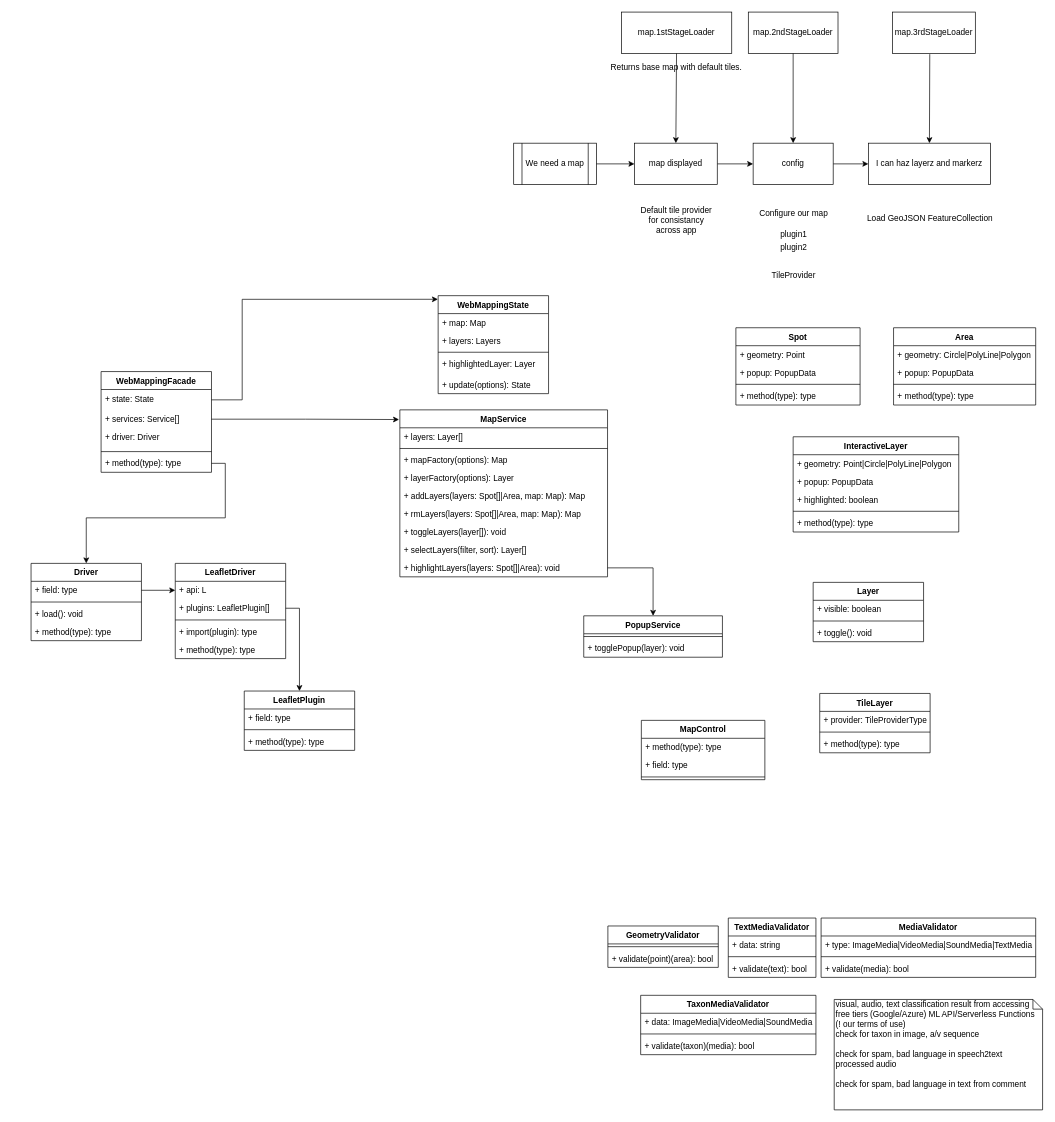
The draw.io diagram docs/devs/gnc_map.drawio in citizen-lambda/citizen-lambda, before the edit. Source tidied: cells renumbered, new cells numbered last; positions are measured from the earlier drawing's top-left corner, leaving out a move shared by most shapes. Both pictures are drawn from the tidied source at 69%, with x=0, y=0 at pixel (30, 12).
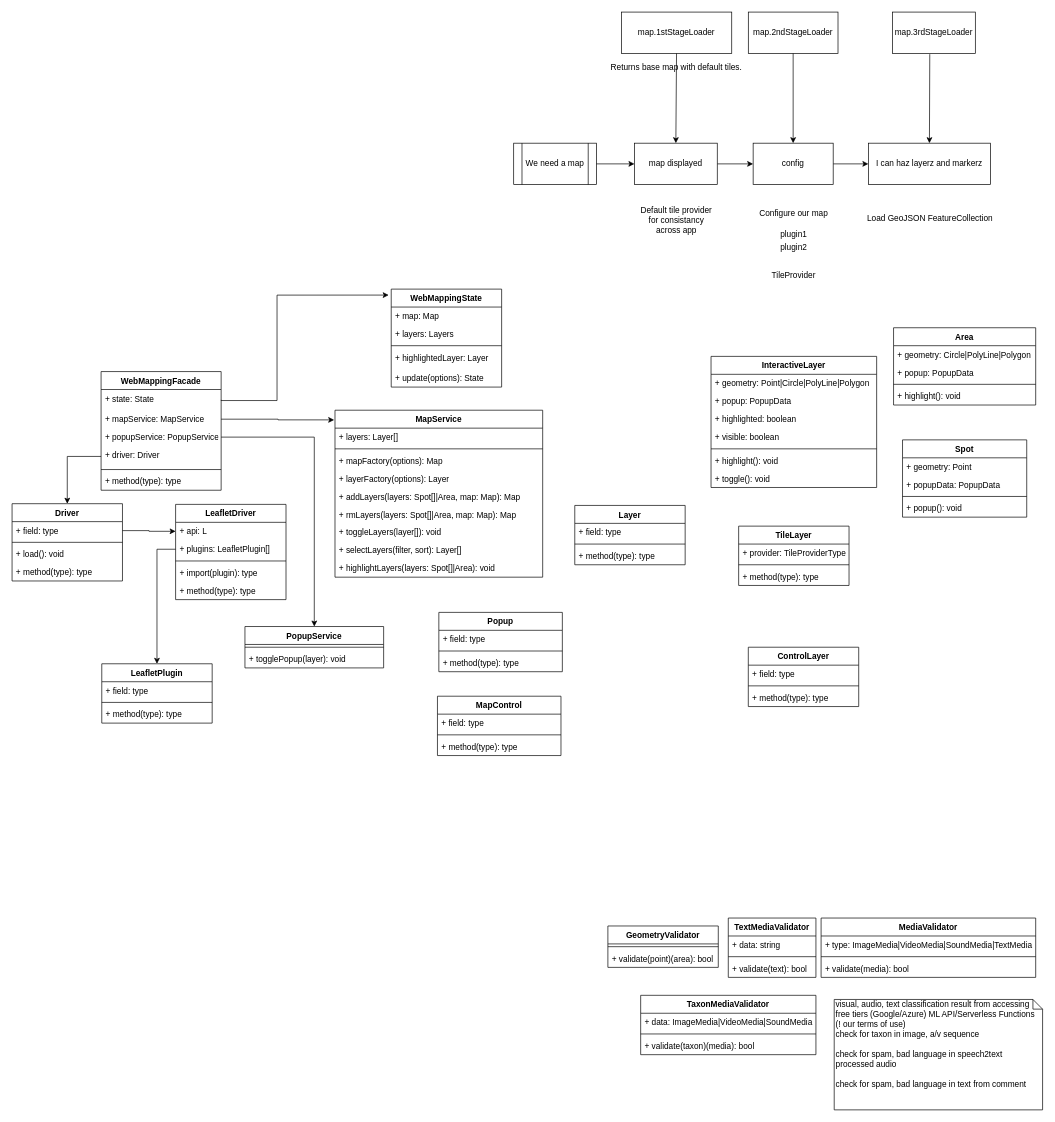
After the change.

The change refers to these unchanged cells:
```xml
<mxCell id="51" value="+ highlightLayers(layers: Spot[]|Area): void" style="text;strokeColor=none;fillColor=none;align=left;verticalAlign=top;spacingLeft=4;spacingRight=4;overflow=hidden;points=[[0,0.5],[1,0.5]];portConstraint=eastwest;" parent="42" vertex="1">
  <mxGeometry y="216" width="301" height="26" as="geometry" />
</mxCell>
<mxCell id="55" value="Area" style="swimlane;fontStyle=1;align=center;verticalAlign=top;horizontal=1;startSize=26;" parent="1" vertex="1">
  <mxGeometry x="1250.5" y="457.5" width="206" height="112" as="geometry" />
</mxCell>
<mxCell id="67" value="+ plugins: LeafletPlugin[]" style="text;strokeColor=none;fillColor=none;align=left;verticalAlign=top;spacingLeft=4;spacingRight=4;overflow=hidden;points=[[0,0.5],[1,0.5]];portConstraint=eastwest;" parent="65" vertex="1">
  <mxGeometry y="52" width="160" height="26" as="geometry" />
</mxCell>
```

Diff of the diagram source:
```diff
@@
     <mxCell id="35" style="group;" parent="1" vertex="1">
-      <mxGeometry x="102" y="509" width="160" height="116" as="geometry" />
+      <mxGeometry x="102" y="509" width="174" height="184" as="geometry" />
     </mxCell>
     <mxCell id="36" value="WebMappingFacade" style="swimlane;fontStyle=1;align=center;verticalAlign=top;horizontal=1;startSize=26;" parent="35" vertex="1">
-      <mxGeometry y="12" width="160" height="146" as="geometry" />
+      <mxGeometry y="12" width="174" height="172" as="geometry" />
     </mxCell>
     <mxCell id="37" value="+ state: State&#10;" style="text;strokeColor=none;fillColor=none;align=left;verticalAlign=top;spacingLeft=4;spacingRight=4;overflow=hidden;points=[[0,0.5],[1,0.5]];portConstraint=eastwest;" parent="36" vertex="1">
-      <mxGeometry y="26" width="160" height="30" as="geometry" />
+      <mxGeometry y="26" width="174" height="30" as="geometry" />
     </mxCell>
-    <mxCell id="38" value="+ services: Service[]&#10;" style="text;strokeColor=none;fillColor=none;align=left;verticalAlign=top;spacingLeft=4;spacingRight=4;overflow=hidden;points=[[0,0.5],[1,0.5]];portConstraint=eastwest;" parent="36" vertex="1">
-      <mxGeometry y="56" width="160" height="26" as="geometry" />
+    <mxCell id="38" value="+ mapService: MapService&#10;" style="text;strokeColor=none;fillColor=none;align=left;verticalAlign=top;spacingLeft=4;spacingRight=4;overflow=hidden;points=[[0,0.5],[1,0.5]];portConstraint=eastwest;" parent="36" vertex="1">
+      <mxGeometry y="56" width="174" height="26" as="geometry" />
     </mxCell>
+    <mxCell id="126" value="+ popupService: PopupService&#10;" style="text;strokeColor=none;fillColor=none;align=left;verticalAlign=top;spacingLeft=4;spacingRight=4;overflow=hidden;points=[[0,0.5],[1,0.5]];portConstraint=eastwest;" parent="36" vertex="1">
+      <mxGeometry y="82" width="174" height="26" as="geometry" />
+    </mxCell>
     <mxCell id="39" value="+ driver: Driver&#10;" style="text;strokeColor=none;fillColor=none;align=left;verticalAlign=top;spacingLeft=4;spacingRight=4;overflow=hidden;points=[[0,0.5],[1,0.5]];portConstraint=eastwest;" parent="36" vertex="1">
-      <mxGeometry y="82" width="160" height="30" as="geometry" />
+      <mxGeometry y="108" width="174" height="30" as="geometry" />
     </mxCell>
     <mxCell id="40" style="line;strokeWidth=1;fillColor=none;align=left;verticalAlign=middle;spacingTop=-1;spacingLeft=3;spacingRight=3;labelPosition=right;" parent="36" vertex="1">
-      <mxGeometry y="112" width="160" height="8" as="geometry" />
+      <mxGeometry y="138" width="174" height="8" as="geometry" />
     </mxCell>
     <mxCell id="41" value="+ method(type): type" style="text;strokeColor=none;fillColor=none;align=left;verticalAlign=top;spacingLeft=4;spacingRight=4;overflow=hidden;points=[[0,0.5],[1,0.5]];portConstraint=eastwest;" parent="36" vertex="1">
-      <mxGeometry y="120" width="160" height="26" as="geometry" />
+      <mxGeometry y="146" width="174" height="26" as="geometry" />
     </mxCell>
     <mxCell id="42" value="MapService" style="swimlane;fontStyle=1;align=center;verticalAlign=top;horizontal=1;startSize=26;" parent="1" vertex="1">
-      <mxGeometry x="535" y="576.5" width="301" height="242" as="geometry" />
+      <mxGeometry x="441" y="577" width="301" height="242" as="geometry" />
     </mxCell>
@@
     <mxCell id="52" value="PopupService" style="swimlane;fontStyle=1;align=center;verticalAlign=top;horizontal=1;startSize=26;" parent="1" vertex="1">
-      <mxGeometry x="801.5" y="875" width="201" height="60" as="geometry" />
+      <mxGeometry x="310.5" y="890.5" width="201" height="60" as="geometry" />
     </mxCell>
@@
-    <mxCell id="59" value="+ method(type): type" style="text;strokeColor=none;fillColor=none;align=left;verticalAlign=top;spacingLeft=4;spacingRight=4;overflow=hidden;" parent="55" vertex="1">
+    <mxCell id="59" value="+ highlight(): void" style="text;strokeColor=none;fillColor=none;align=left;verticalAlign=top;spacingLeft=4;spacingRight=4;overflow=hidden;" parent="55" vertex="1">
       <mxGeometry y="86" width="206" height="26" as="geometry" />
     </mxCell>
     <mxCell id="60" value="Driver" style="swimlane;fontStyle=1;align=center;verticalAlign=top;horizontal=1;startSize=26;" parent="1" vertex="1">
-      <mxGeometry x="0.5" y="799" width="160" height="112" as="geometry" />
+      <mxGeometry x="-27" y="712.5" width="160" height="112" as="geometry" />
     </mxCell>
@@
     <mxCell id="65" value="LeafletDriver" style="swimlane;fontStyle=1;align=center;verticalAlign=top;horizontal=1;startSize=26;" parent="1" vertex="1">
-      <mxGeometry x="209.5" y="799" width="160" height="138" as="geometry" />
+      <mxGeometry x="210" y="713.5" width="160" height="138" as="geometry" />
     </mxCell>
@@
     <mxCell id="71" value="MapControl" style="swimlane;fontStyle=1;align=center;verticalAlign=top;horizontal=1;startSize=26;" parent="1" vertex="1">
-      <mxGeometry x="885" y="1026.5" width="179" height="86" as="geometry" />
+      <mxGeometry x="589.5" y="991.5" width="179" height="86" as="geometry" />
     </mxCell>
+    <mxCell id="127" value="+ field: type " style="text;strokeColor=none;fillColor=none;align=left;verticalAlign=top;spacingLeft=4;spacingRight=4;overflow=hidden;" parent="71" vertex="1">
+      <mxGeometry y="26" width="179" height="26" as="geometry" />
+    </mxCell>
+    <mxCell id="74" style="line;strokeWidth=1;fillColor=none;align=left;verticalAlign=middle;spacingTop=-1;spacingLeft=3;spacingRight=3;labelPosition=right;" parent="71" vertex="1">
+      <mxGeometry y="52" width="179" height="8" as="geometry" />
+    </mxCell>
     <mxCell id="72" value="+ method(type): type" style="text;strokeColor=none;fillColor=none;align=left;verticalAlign=top;spacingLeft=4;spacingRight=4;overflow=hidden;" parent="71" vertex="1">
-      <mxGeometry y="26" width="179" height="26" as="geometry" />
+      <mxGeometry y="60" width="179" height="26" as="geometry" />
     </mxCell>
-    <mxCell id="73" value="+ field: type " style="text;strokeColor=none;fillColor=none;align=left;verticalAlign=top;spacingLeft=4;spacingRight=4;overflow=hidden;" parent="71" vertex="1">
-      <mxGeometry y="52" width="179" height="26" as="geometry" />
-    </mxCell>
-    <mxCell id="74" style="line;strokeWidth=1;fillColor=none;align=left;verticalAlign=middle;spacingTop=-1;spacingLeft=3;spacingRight=3;labelPosition=right;" parent="71" vertex="1">
-      <mxGeometry y="78" width="179" height="8" as="geometry" />
-    </mxCell>
     <mxCell id="75" value="LeafletPlugin" style="swimlane;fontStyle=1;align=center;verticalAlign=top;horizontal=1;startSize=26;" parent="1" vertex="1">
-      <mxGeometry x="309.5" y="984" width="160" height="86" as="geometry" />
+      <mxGeometry x="103" y="944.5" width="160" height="86" as="geometry" />
     </mxCell>
@@
     <mxCell id="95" value="Spot" style="swimlane;fontStyle=1;align=center;verticalAlign=top;horizontal=1;startSize=26;" parent="1" vertex="1">
-      <mxGeometry x="1022" y="457.5" width="180" height="112" as="geometry" />
+      <mxGeometry x="1263.5" y="620" width="180" height="112" as="geometry" />
     </mxCell>
@@
-    <mxCell id="97" value="+ popup: PopupData" style="text;strokeColor=none;fillColor=none;align=left;verticalAlign=top;spacingLeft=4;spacingRight=4;overflow=hidden;" parent="95" vertex="1">
+    <mxCell id="97" value="+ popupData: PopupData" style="text;strokeColor=none;fillColor=none;align=left;verticalAlign=top;spacingLeft=4;spacingRight=4;overflow=hidden;" parent="95" vertex="1">
       <mxGeometry y="52" width="180" height="26" as="geometry" />
     </mxCell>
@@
-    <mxCell id="99" value="+ method(type): type" style="text;strokeColor=none;fillColor=none;align=left;verticalAlign=top;spacingLeft=4;spacingRight=4;overflow=hidden;" parent="95" vertex="1">
+    <mxCell id="99" value="+ popup(): void" style="text;strokeColor=none;fillColor=none;align=left;verticalAlign=top;spacingLeft=4;spacingRight=4;overflow=hidden;" parent="95" vertex="1">
       <mxGeometry y="86" width="180" height="26" as="geometry" />
     </mxCell>
     <mxCell id="100" value="InteractiveLayer" style="swimlane;fontStyle=1;align=center;verticalAlign=top;horizontal=1;startSize=26;" parent="1" vertex="1">
-      <mxGeometry x="1105" y="615.5" width="240" height="138" as="geometry" />
+      <mxGeometry x="986" y="499" width="240" height="190" as="geometry" />
     </mxCell>
@@
+    <mxCell id="128" value="+ highlighted: boolean" style="text;strokeColor=none;fillColor=none;align=left;verticalAlign=top;spacingLeft=4;spacingRight=4;overflow=hidden;" parent="100" vertex="1">
+      <mxGeometry y="78" width="240" height="26" as="geometry" />
+    </mxCell>
-    <mxCell id="103" value="+ highlighted: boolean" style="text;strokeColor=none;fillColor=none;align=left;verticalAlign=top;spacingLeft=4;spacingRight=4;overflow=hidden;" parent="100" vertex="1">
-      <mxGeometry y="78" width="240" height="26" as="geometry" />
+    <mxCell id="103" value="+ visible: boolean" style="text;strokeColor=none;fillColor=none;align=left;verticalAlign=top;spacingLeft=4;spacingRight=4;overflow=hidden;" parent="100" vertex="1">
+      <mxGeometry y="104" width="240" height="26" as="geometry" />
     </mxCell>
     <mxCell id="104" style="line;strokeWidth=1;fillColor=none;align=left;verticalAlign=middle;spacingTop=-1;spacingLeft=3;spacingRight=3;labelPosition=right;" parent="100" vertex="1">
-      <mxGeometry y="104" width="240" height="8" as="geometry" />
+      <mxGeometry y="130" width="240" height="8" as="geometry" />
     </mxCell>
+    <mxCell id="129" value="+ highlight(): void" style="text;strokeColor=none;fillColor=none;align=left;verticalAlign=top;spacingLeft=4;spacingRight=4;overflow=hidden;" parent="100" vertex="1">
+      <mxGeometry y="138" width="240" height="26" as="geometry" />
+    </mxCell>
-    <mxCell id="105" value="+ method(type): type" style="text;strokeColor=none;fillColor=none;align=left;verticalAlign=top;spacingLeft=4;spacingRight=4;overflow=hidden;" parent="100" vertex="1">
-      <mxGeometry y="112" width="240" height="26" as="geometry" />
+    <mxCell id="105" value="+ toggle(): void" style="text;strokeColor=none;fillColor=none;align=left;verticalAlign=top;spacingLeft=4;spacingRight=4;overflow=hidden;" parent="100" vertex="1">
+      <mxGeometry y="164" width="240" height="26" as="geometry" />
     </mxCell>
     <mxCell id="106" value="Layer" style="swimlane;fontStyle=1;align=center;verticalAlign=top;horizontal=1;startSize=26;" parent="1" vertex="1">
-      <mxGeometry x="1134" y="826.5" width="160" height="86" as="geometry" />
+      <mxGeometry x="788.5" y="715" width="160" height="86" as="geometry" />
     </mxCell>
-    <mxCell id="107" value="+ visible: boolean" style="text;strokeColor=none;fillColor=none;align=left;verticalAlign=top;spacingLeft=4;spacingRight=4;overflow=hidden;" parent="106" vertex="1">
-      <mxGeometry y="26" width="160" height="26" as="geometry" />
-    </mxCell>
+    <mxCell id="130" value="+ field: type " style="text;strokeColor=none;fillColor=none;align=left;verticalAlign=top;spacingLeft=4;spacingRight=4;overflow=hidden;" parent="106" vertex="1">
+      <mxGeometry y="26" width="160" height="26" as="geometry" />
+    </mxCell>
@@
-    <mxCell id="109" value="+ toggle(): void" style="text;strokeColor=none;fillColor=none;align=left;verticalAlign=top;spacingLeft=4;spacingRight=4;overflow=hidden;" parent="106" vertex="1">
-      <mxGeometry y="60" width="160" height="26" as="geometry" />
-    </mxCell>
+    <mxCell id="131" value="+ method(type): type" style="text;strokeColor=none;fillColor=none;align=left;verticalAlign=top;spacingLeft=4;spacingRight=4;overflow=hidden;" parent="106" vertex="1">
+      <mxGeometry y="60" width="160" height="26" as="geometry" />
+    </mxCell>
     <mxCell id="110" value="TileLayer" style="swimlane;fontStyle=1;align=center;verticalAlign=top;horizontal=1;startSize=26;" parent="1" vertex="1">
-      <mxGeometry x="1143.5" y="987.5" width="160" height="86" as="geometry" />
+      <mxGeometry x="1026" y="745" width="160" height="86" as="geometry" />
     </mxCell>
@@
     <mxCell id="114" value="WebMappingState" style="swimlane;fontStyle=1;align=center;verticalAlign=top;horizontal=1;startSize=26;" parent="1" vertex="1">
-      <mxGeometry x="590.5" y="411" width="160" height="142" as="geometry" />
+      <mxGeometry x="522.5" y="401.5" width="160" height="142" as="geometry" />
     </mxCell>
@@
-    <mxCell id="121" style="edgeStyle=orthogonalEdgeStyle;rounded=0;jettySize=auto;html=1;exitX=1;exitY=0.5;exitDx=0;exitDy=0;entryX=-0.002;entryY=0.037;entryDx=0;entryDy=0;entryPerimeter=0;" parent="1" edge="1" source="37" target="114">
-      <mxGeometry relative="1" as="geometry">
-        <Array as="points">
-          <mxPoint x="306.5" y="561.5" />
-          <mxPoint x="306.5" y="416.5" />
-        </Array>
-      </mxGeometry>
-    </mxCell>
-    <mxCell id="122" style="edgeStyle=orthogonalEdgeStyle;rounded=0;jettySize=auto;html=1;exitX=1;exitY=0.5;exitDx=0;exitDy=0;entryX=0.5;entryY=0;entryDx=0;entryDy=0;" parent="1" edge="1" source="51" target="52">
-      <mxGeometry relative="1" as="geometry" />
-    </mxCell>
-    <mxCell id="123" style="edgeStyle=orthogonalEdgeStyle;rounded=0;jettySize=auto;html=1;exitX=1;exitY=0.5;exitDx=0;exitDy=0;entryX=0.5;entryY=0;entryDx=0;entryDy=0;" parent="1" edge="1" source="41" target="60">
-      <mxGeometry relative="1" as="geometry" />
-    </mxCell>
@@
-    <mxCell id="125" style="edgeStyle=orthogonalEdgeStyle;rounded=0;jettySize=auto;html=1;exitX=1;exitY=0.5;exitDx=0;exitDy=0;" parent="1" edge="1" source="67" target="75">
+    <mxCell id="125" style="edgeStyle=orthogonalEdgeStyle;rounded=0;jettySize=auto;html=1;exitX=0;exitY=0.5;exitDx=0;exitDy=0;" parent="1" edge="1" source="67" target="75">
       <mxGeometry relative="1" as="geometry" />
     </mxCell>
+    <mxCell id="121" style="edgeStyle=orthogonalEdgeStyle;rounded=0;jettySize=auto;html=1;exitX=1;exitY=0.5;exitDx=0;exitDy=0;entryX=-0.023;entryY=0.061;entryDx=0;entryDy=0;entryPerimeter=0;" parent="1" edge="1" source="37" target="114">
+      <mxGeometry relative="1" as="geometry">
+        <Array as="points">
+          <mxPoint x="357" y="563" />
+          <mxPoint x="357" y="410" />
+        </Array>
+      </mxGeometry>
+    </mxCell>
+    <mxCell id="132" style="edgeStyle=orthogonalEdgeStyle;rounded=0;jettySize=auto;html=1;exitX=0;exitY=0.5;exitDx=0;exitDy=0;entryX=0.5;entryY=0;entryDx=0;entryDy=0;" parent="1" edge="1" source="39" target="60">
+      <mxGeometry relative="1" as="geometry" />
+    </mxCell>
+    <mxCell id="133" style="edgeStyle=orthogonalEdgeStyle;rounded=0;jettySize=auto;html=1;exitX=1;exitY=0.5;exitDx=0;exitDy=0;entryX=0.5;entryY=0;entryDx=0;entryDy=0;" parent="1" edge="1" source="126" target="52">
+      <mxGeometry relative="1" as="geometry" />
+    </mxCell>
+    <mxCell id="134" value="Popup" style="swimlane;fontStyle=1;align=center;verticalAlign=top;horizontal=1;startSize=26;" parent="1" vertex="1">
+      <mxGeometry x="591.5" y="870" width="179" height="86" as="geometry" />
+    </mxCell>
+    <mxCell id="135" value="+ field: type " style="text;strokeColor=none;fillColor=none;align=left;verticalAlign=top;spacingLeft=4;spacingRight=4;overflow=hidden;" parent="134" vertex="1">
+      <mxGeometry y="26" width="179" height="26" as="geometry" />
+    </mxCell>
+    <mxCell id="136" style="line;strokeWidth=1;fillColor=none;align=left;verticalAlign=middle;spacingTop=-1;spacingLeft=3;spacingRight=3;labelPosition=right;" parent="134" vertex="1">
+      <mxGeometry y="52" width="179" height="8" as="geometry" />
+    </mxCell>
+    <mxCell id="137" value="+ method(type): type" style="text;strokeColor=none;fillColor=none;align=left;verticalAlign=top;spacingLeft=4;spacingRight=4;overflow=hidden;" parent="134" vertex="1">
+      <mxGeometry y="60" width="179" height="26" as="geometry" />
+    </mxCell>
+    <mxCell id="138" value="ControlLayer" style="swimlane;fontStyle=1;align=center;verticalAlign=top;horizontal=1;startSize=26;" parent="1" vertex="1">
+      <mxGeometry x="1040" y="920.5" width="160" height="86" as="geometry" />
+    </mxCell>
+    <mxCell id="139" value="+ field: type " style="text;strokeColor=none;fillColor=none;align=left;verticalAlign=top;spacingLeft=4;spacingRight=4;overflow=hidden;" parent="138" vertex="1">
+      <mxGeometry y="26" width="160" height="26" as="geometry" />
+    </mxCell>
+    <mxCell id="140" style="line;strokeWidth=1;fillColor=none;align=left;verticalAlign=middle;spacingTop=-1;spacingLeft=3;spacingRight=3;labelPosition=right;" parent="138" vertex="1">
+      <mxGeometry y="52" width="160" height="8" as="geometry" />
+    </mxCell>
+    <mxCell id="141" value="+ method(type): type" style="text;strokeColor=none;fillColor=none;align=left;verticalAlign=top;spacingLeft=4;spacingRight=4;overflow=hidden;" parent="138" vertex="1">
+      <mxGeometry y="60" width="160" height="26" as="geometry" />
+    </mxCell>
```
